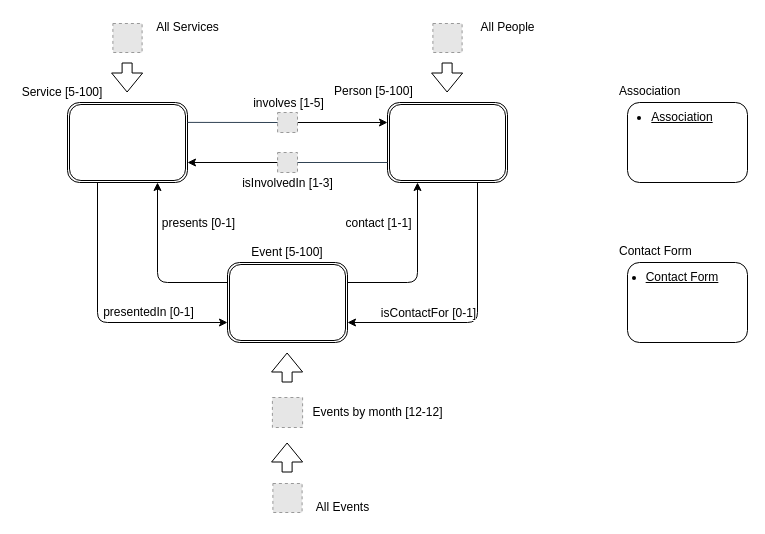
Above: DesignDocument/diagrams/L-IDM.drawio in Alenichel/CodiglioniDellOglioNichelini-HypermediaProject (draw.io), before the change. Source tidied: cells renumbered, new cells numbered last; positions are measured from the earlier drawing's top-left corner, leaving out a move shared by most shapes. Both pictures are drawn from the tidied source at 100%, with x=0, y=0 at pixel (17, 17). Pictures stored in the file or linked from it are replaced by grey dashed boxes.
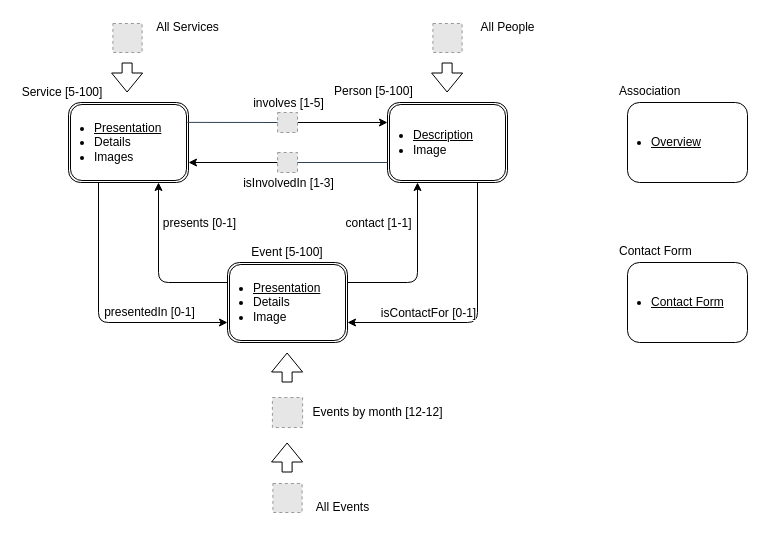
The same diagram, later.

Diff of the diagram source:
```diff
@@
-    <mxCell id="6" style="shape=ext;double=1;rounded=1;whiteSpace=wrap;html=1;" parent="1" vertex="1">
-      <mxGeometry x="50" y="85" width="120" height="80" as="geometry" />
+    <mxCell id="6" value="&lt;div align=&quot;left&quot;&gt;&lt;ul&gt;&lt;li&gt;&lt;u&gt;Presentation&lt;br&gt;&lt;/u&gt;&lt;/li&gt;&lt;li&gt;Details&lt;br&gt;&lt;/li&gt;&lt;li&gt;Images&lt;br&gt;&lt;/li&gt;&lt;/ul&gt;&lt;/div&gt;" style="shape=ext;double=1;rounded=1;whiteSpace=wrap;html=1;spacing=-16;align=left;" parent="1" vertex="1">
+      <mxGeometry x="51" y="85" width="120" height="80" as="geometry" />
     </mxCell>
@@
-    <mxCell id="11" style="shape=ext;double=1;rounded=1;whiteSpace=wrap;html=1;" parent="1" vertex="1">
+    <mxCell id="11" value="&lt;div&gt;&lt;ul&gt;&lt;li&gt;&lt;u&gt;Description&lt;/u&gt;&lt;/li&gt;&lt;li&gt;Image&lt;br&gt;&lt;u&gt;&lt;/u&gt;&lt;/li&gt;&lt;/ul&gt;&lt;/div&gt;" style="shape=ext;double=1;rounded=1;whiteSpace=wrap;html=1;spacing=-16;align=left;" parent="1" vertex="1">
       <mxGeometry x="370" y="85" width="120" height="80" as="geometry" />
     </mxCell>
@@
-    <mxCell id="16" style="shape=ext;double=1;rounded=1;whiteSpace=wrap;html=1;" parent="1" vertex="1">
+    <mxCell id="16" value="&lt;ul&gt;&lt;li&gt;&lt;u&gt;Presentation&lt;/u&gt;&lt;br&gt;&lt;/li&gt;&lt;li&gt;Details&lt;br&gt;&lt;/li&gt;&lt;li&gt;Image&lt;br&gt;&lt;/li&gt;&lt;/ul&gt;" style="shape=ext;double=1;rounded=1;whiteSpace=wrap;html=1;align=left;spacing=-16;" parent="1" vertex="1">
       <mxGeometry x="210" y="245" width="120" height="80" as="geometry" />
     </mxCell>
-    <mxCell id="17" style="rounded=1;whiteSpace=wrap;html=1;" parent="1" vertex="1">
+    <mxCell id="17" value="&lt;div align=&quot;left&quot;&gt;&lt;ul&gt;&lt;li&gt;&lt;u&gt;Overview&lt;/u&gt;&lt;/li&gt;&lt;/ul&gt;&lt;/div&gt;" style="rounded=1;whiteSpace=wrap;html=1;align=left;spacing=-16;" parent="1" vertex="1">
       <mxGeometry x="610" y="85" width="120" height="80" as="geometry" />
     </mxCell>
@@
-    <mxCell id="26" style="rounded=1;align=left;labelPosition=center;verticalLabelPosition=middle;verticalAlign=middle;fillColor=none;whiteSpace=wrap;html=1;labelBorderColor=none;labelBackgroundColor=none;" parent="1" vertex="1">
+    <mxCell id="26" value="&lt;div align=&quot;left&quot;&gt;&lt;ul&gt;&lt;li&gt;&lt;u&gt;Contact Form&lt;/u&gt;&lt;br&gt;&lt;/li&gt;&lt;/ul&gt;&lt;/div&gt;" style="rounded=1;align=left;labelPosition=center;verticalLabelPosition=middle;verticalAlign=middle;fillColor=#ffffff;html=1;labelBorderColor=none;labelBackgroundColor=none;horizontal=1;whiteSpace=wrap;spacing=-16;" parent="1" vertex="1">
       <mxGeometry x="610" y="245" width="120" height="80" as="geometry" />
     </mxCell>
@@
-    <mxCell id="40" value="&lt;ul&gt;&lt;li&gt;&lt;u&gt;Contact Form&lt;/u&gt;&lt;/li&gt;&lt;/ul&gt;" style="text;html=1;strokeColor=none;fillColor=none;align=center;verticalAlign=middle;whiteSpace=wrap;rounded=0;labelBackgroundColor=none;" parent="1" vertex="1">
-      <mxGeometry x="585" y="250" width="120" height="20" as="geometry" />
-    </mxCell>
-    <mxCell id="41" value="&lt;ul&gt;&lt;li&gt;&lt;u&gt;Association&lt;/u&gt;&lt;br&gt;&lt;/li&gt;&lt;/ul&gt;" style="text;html=1;strokeColor=none;fillColor=none;align=center;verticalAlign=middle;whiteSpace=wrap;rounded=0;labelBackgroundColor=none;" parent="1" vertex="1">
-      <mxGeometry x="585" y="90" width="120" height="20" as="geometry" />
-    </mxCell>
```
